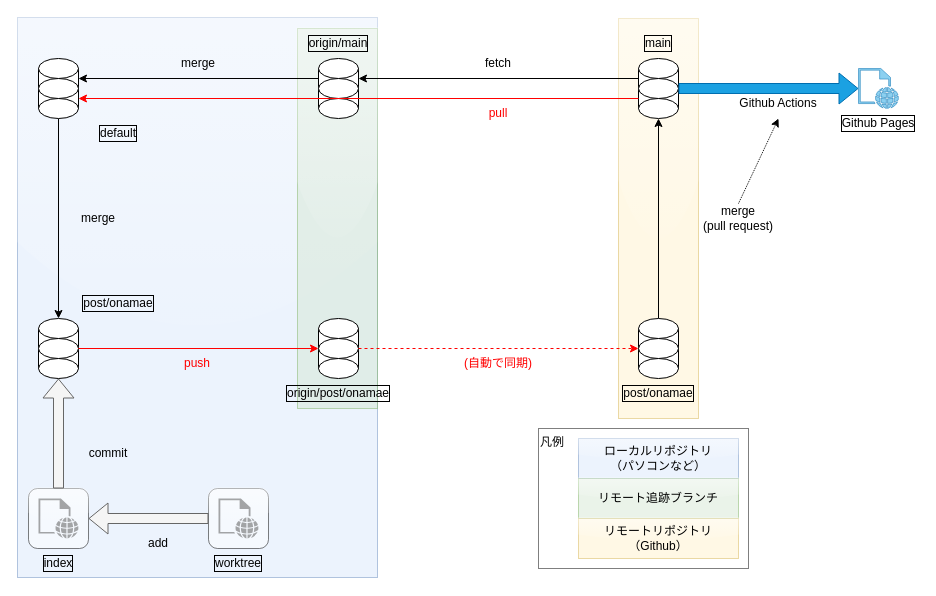
This is static/img/git-basic/repository.drawio from masaru-study/-----test-----verify-note, a draw.io file, before an edit. Source tidied: cells renumbered, new cells numbered last; positions are measured from the earlier drawing's top-left corner, leaving out a move shared by most shapes. Both pictures are drawn from the tidied source at 100%, with x=0, y=0 at pixel (17, 17).
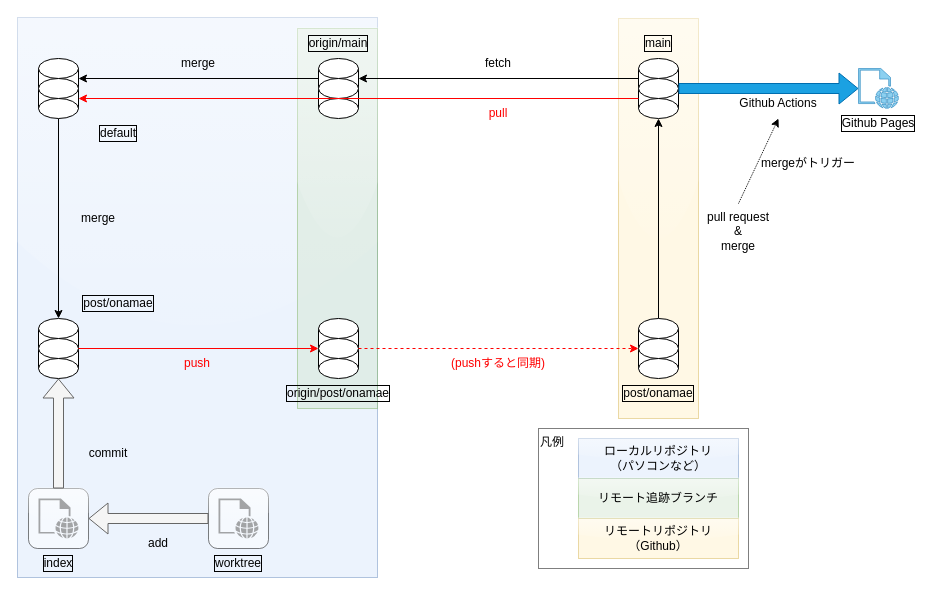
Above is the later version.

Unchanged cells that the change refers to:
```xml
<mxCell id="20" style="ellipse;whiteSpace=wrap;html=1;fillColor=default;" parent="16" vertex="1">
  <mxGeometry y="20" width="40" height="20" as="geometry" />
</mxCell>
<mxCell id="32" style="ellipse;whiteSpace=wrap;html=1;fillColor=default;" parent="28" vertex="1">
  <mxGeometry y="20" width="40" height="20" as="geometry" />
</mxCell>
<mxCell id="45" style="ellipse;whiteSpace=wrap;html=1;fillColor=default;" parent="41" vertex="1">
  <mxGeometry y="20" width="40" height="20" as="geometry" />
</mxCell>
```

What changed in the source:
```diff
@@
-    <mxCell id="48" value="merge&lt;br&gt;(pull request)" style="text;html=1;strokeColor=none;fillColor=none;align=center;verticalAlign=middle;whiteSpace=wrap;rounded=0;fillStyle=solid;opacity=50;" parent="1" vertex="1">
-      <mxGeometry x="681" y="186" width="80" height="30" as="geometry" />
+    <mxCell id="48" value="pull request&lt;br&gt;&amp;amp;&lt;br&gt;merge" style="text;html=1;strokeColor=none;fillColor=none;align=center;verticalAlign=middle;whiteSpace=wrap;rounded=0;fillStyle=solid;opacity=50;" parent="1" vertex="1">
+      <mxGeometry x="681" y="186" width="80" height="55" as="geometry" />
     </mxCell>
@@
-    <mxCell id="60" style="endArrow=classic;html=1;exitX=1;exitY=0.5;exitDx=0;exitDy=0;strokeColor=#FF0000;entryX=0;entryY=0.5;entryDx=0;entryDy=0;" parent="1" edge="1" source="45" target="20">
+    <mxCell id="60" style="endArrow=classic;html=1;entryX=0;entryY=0.5;entryDx=0;entryDy=0;exitX=1;exitY=0.5;exitDx=0;exitDy=0;strokeColor=#FF0000;" parent="1" edge="1" source="45" target="20">
       <mxGeometry relative="1" as="geometry" />
     </mxCell>
-    <mxCell id="61" value="push" style="text;html=1;strokeColor=none;fillColor=none;align=center;verticalAlign=middle;whiteSpace=wrap;rounded=0;fillStyle=solid;opacity=50;fontColor=#FF0000;" parent="1" vertex="1">
-      <mxGeometry x="140" y="331" width="80" height="30" as="geometry" />
+    <mxCell id="61" value="(pushすると同期)" style="text;html=1;strokeColor=none;fillColor=none;align=center;verticalAlign=middle;whiteSpace=wrap;rounded=0;fillStyle=solid;opacity=50;fontColor=#FF0000;" parent="1" vertex="1">
+      <mxGeometry x="426" y="331" width="110" height="30" as="geometry" />
     </mxCell>
@@
-    <mxCell id="78" style="endArrow=classic;html=1;exitX=1;exitY=0.5;exitDx=0;exitDy=0;strokeColor=#FF0000;entryX=0;entryY=0.5;entryDx=0;entryDy=0;dashed=1;" parent="1" edge="1" source="20" target="32">
-      <mxGeometry relative="1" as="geometry" />
+    <mxCell id="78" style="endArrow=classic;html=1;strokeColor=#FF0000;entryX=0;entryY=0.5;entryDx=0;entryDy=0;dashed=1;" parent="1" edge="1" target="32">
+      <mxGeometry relative="1" as="geometry">
+        <mxPoint x="341" y="331" as="sourcePoint" />
+      </mxGeometry>
     </mxCell>
-    <mxCell id="79" value="(自動で同期)" style="text;html=1;strokeColor=none;fillColor=none;align=center;verticalAlign=middle;whiteSpace=wrap;rounded=0;fillStyle=solid;opacity=50;fontColor=#FF0000;" parent="1" vertex="1">
-      <mxGeometry x="441" y="331" width="80" height="30" as="geometry" />
+    <mxCell id="79" value="push" style="text;html=1;strokeColor=none;fillColor=none;align=center;verticalAlign=middle;whiteSpace=wrap;rounded=0;fillStyle=solid;opacity=50;fontColor=#FF0000;" parent="1" vertex="1">
+      <mxGeometry x="125" y="331" width="110" height="30" as="geometry" />
     </mxCell>
+    <mxCell id="80" value="mergeがトリガー" style="text;html=1;strokeColor=none;fillColor=none;align=center;verticalAlign=middle;whiteSpace=wrap;rounded=0;fillStyle=solid;opacity=50;" parent="1" vertex="1">
+      <mxGeometry x="741" y="131" width="100" height="30" as="geometry" />
+    </mxCell>
```
